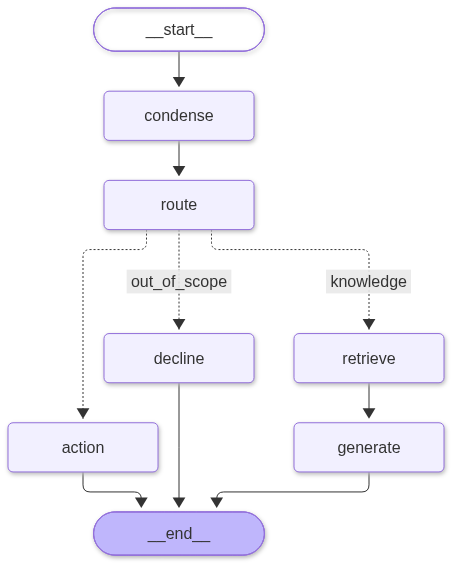
The Mermaid diagram docs/graph.png in DevBachani/securerag, before a commit. Its source is kept beside it as docs/graph.mmd. Source of this version:
```mermaid
---
config:
  flowchart:
    curve: linear
---
graph TD;
	__start__([<p>__start__</p>]):::first
	condense(condense)
	route(route)
	retrieve(retrieve)
	generate(generate)
	decline(decline)
	action(action)
	__end__([<p>__end__</p>]):::last
	__start__ --> condense;
	condense --> route;
	retrieve --> generate;
	route -.-> action;
	route -. &nbsp;out_of_scope&nbsp; .-> decline;
	route -. &nbsp;knowledge&nbsp; .-> retrieve;
	action --> __end__;
	decline --> __end__;
	generate --> __end__;
	classDef default fill:#f2f0ff,line-height:1.2
	classDef first fill-opacity:0
	classDef last fill:#bfb6fc
```
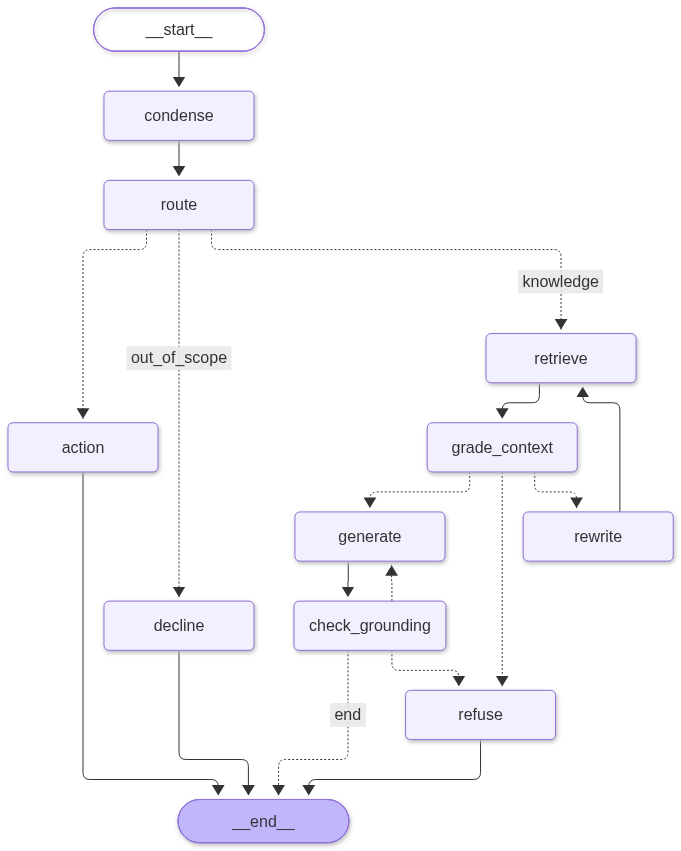
The same file after the commit.

Commit message:
feat(agent): context grading, query rewriting and grounding check

The edit, as a diff of the source:
```diff
@@ -8,19 +8,31 @@
 	condense(condense)
 	route(route)
 	retrieve(retrieve)
+	grade_context(grade_context)
+	rewrite(rewrite)
 	generate(generate)
+	check_grounding(check_grounding)
+	refuse(refuse)
 	decline(decline)
 	action(action)
 	__end__([<p>__end__</p>]):::last
 	__start__ --> condense;
+	check_grounding -. &nbsp;end&nbsp; .-> __end__;
+	check_grounding -.-> generate;
+	check_grounding -.-> refuse;
 	condense --> route;
-	retrieve --> generate;
+	generate --> check_grounding;
+	grade_context -.-> generate;
+	grade_context -.-> refuse;
+	grade_context -.-> rewrite;
+	retrieve --> grade_context;
+	rewrite --> retrieve;
 	route -.-> action;
 	route -. &nbsp;out_of_scope&nbsp; .-> decline;
 	route -. &nbsp;knowledge&nbsp; .-> retrieve;
 	action --> __end__;
 	decline --> __end__;
-	generate --> __end__;
+	refuse --> __end__;
 	classDef default fill:#f2f0ff,line-height:1.2
 	classDef first fill-opacity:0
 	classDef last fill:#bfb6fc
```
